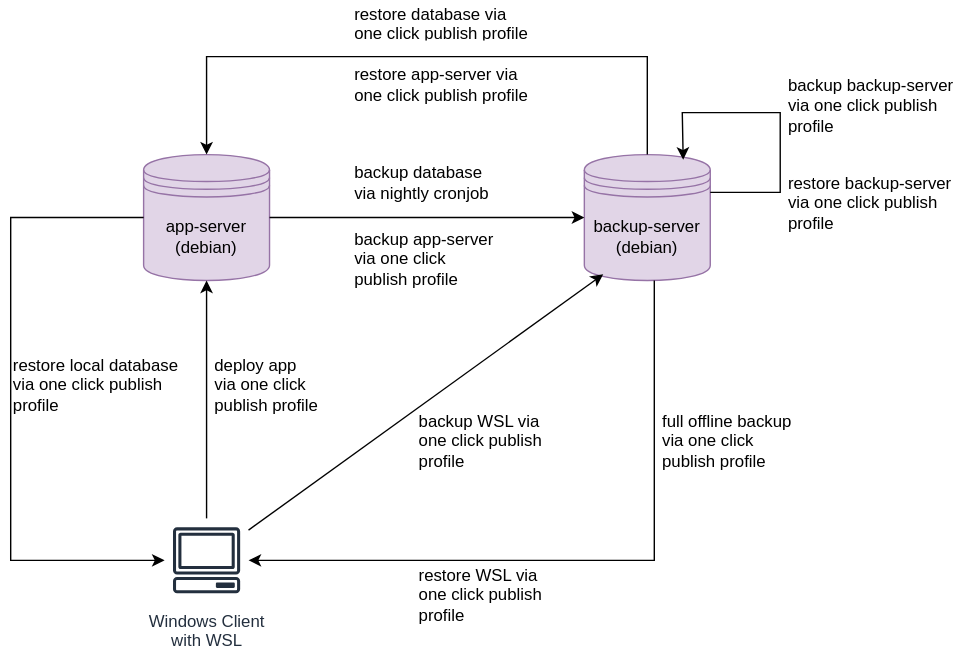
gartenkralle/geolocation-services-doc keeps this draw.io diagram as _images/architecture-server-setup.drawio.svg. Above is the earlier version. Source tidied: cells renumbered, new cells last; positions are measured from the earlier drawing's top-left corner, leaving out a move shared by most shapes.
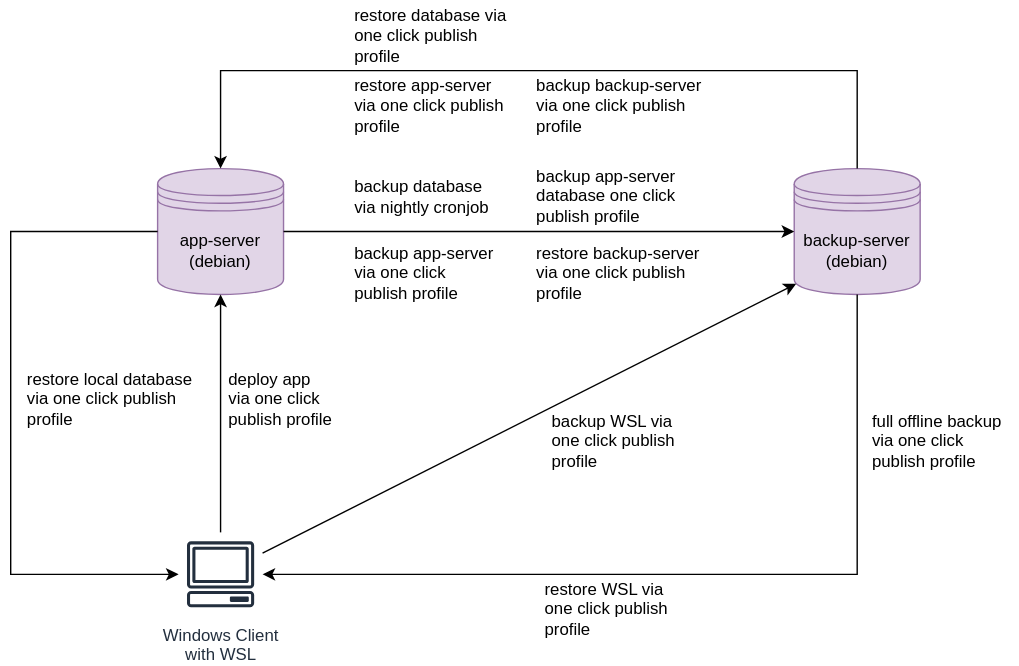
The same file after the commit.

Diff of the diagram source:
```diff
@@ -6,7 +6,7 @@
       <mxGeometry x="95" y="110" width="90" height="90" as="geometry" />
     </mxCell>
     <mxCell id="3" value="backup-server (debian)" style="shape=datastore;whiteSpace=wrap;html=1;labelBackgroundColor=none;fillColor=#e1d5e7;strokeColor=#9673a6;" parent="1" vertex="1">
-      <mxGeometry x="410" y="110" width="90" height="90" as="geometry" />
+      <mxGeometry x="550" y="110" width="90" height="90" as="geometry" />
     </mxCell>
     <mxCell id="4" value="Windows Client&lt;div&gt;with&lt;span style=&quot;background-color: initial;&quot;&gt;&amp;nbsp;WSL&lt;/span&gt;&lt;/div&gt;" style="sketch=0;outlineConnect=0;fontColor=#232F3E;gradientColor=none;strokeColor=#232F3E;fillColor=#ffffff;dashed=0;verticalLabelPosition=bottom;verticalAlign=top;align=center;html=1;fontSize=12;fontStyle=0;shape=mxgraph.aws4.resourceIcon;resIcon=mxgraph.aws4.client;" parent="1" vertex="1">
       <mxGeometry x="110" y="370" width="60" height="60" as="geometry" />
@@ -17,14 +17,13 @@
     <mxCell id="6" style="endArrow=classic;html=1;rounded=0;exitX=1;exitY=0.5;exitDx=0;exitDy=0;entryX=0;entryY=0.5;entryDx=0;entryDy=0;" parent="1" edge="1" source="2" target="3">
       <mxGeometry relative="1" as="geometry" />
     </mxCell>
-    <mxCell id="7" style="endArrow=classic;html=1;rounded=0;entryX=0.15;entryY=0.95;entryDx=0;entryDy=0;entryPerimeter=0;" parent="1" edge="1" source="4" target="3">
+    <mxCell id="7" style="endArrow=classic;html=1;rounded=0;entryX=0.015;entryY=0.915;entryDx=0;entryDy=0;entryPerimeter=0;" parent="1" edge="1" source="4" target="3">
       <mxGeometry relative="1" as="geometry" />
     </mxCell>
-    <mxCell id="8" style="endArrow=classic;html=1;rounded=0;" parent="1" edge="1" target="4">
+    <mxCell id="8" style="endArrow=classic;html=1;rounded=0;exitX=0.5;exitY=1;exitDx=0;exitDy=0;" parent="1" edge="1" source="3" target="4">
       <mxGeometry relative="1" as="geometry">
-        <mxPoint x="460" y="200" as="sourcePoint" />
         <Array as="points">
-          <mxPoint x="460" y="400" />
+          <mxPoint x="595" y="400" />
         </Array>
       </mxGeometry>
     </mxCell>
@@ -32,13 +31,13 @@
       <mxGeometry x="140" y="240" width="90" height="70" as="geometry" />
     </mxCell>
     <mxCell id="10" value="backup database via nightly cronjob" style="text;strokeColor=none;fillColor=none;align=left;verticalAlign=middle;spacingLeft=4;spacingRight=4;overflow=hidden;whiteSpace=wrap;html=1;" parent="1" vertex="1">
-      <mxGeometry x="240" y="110" width="110" height="40" as="geometry" />
+      <mxGeometry x="230" y="110" width="110" height="40" as="geometry" />
     </mxCell>
     <mxCell id="11" value="restore WSL via one click publish profile" style="text;html=1;align=left;verticalAlign=middle;whiteSpace=wrap;rounded=0;" parent="1" vertex="1">
-      <mxGeometry x="290" y="410" width="110" height="30" as="geometry" />
+      <mxGeometry x="370" y="410" width="110" height="30" as="geometry" />
     </mxCell>
     <mxCell id="12" value="backup WSL via one click publish profile" style="text;html=1;align=left;verticalAlign=middle;whiteSpace=wrap;rounded=0;" parent="1" vertex="1">
-      <mxGeometry x="290" y="300" width="110" height="30" as="geometry" />
+      <mxGeometry x="375" y="290" width="110" height="30" as="geometry" />
     </mxCell>
     <mxCell id="13" value="restore local database via one click publish profile" style="text;html=1;align=left;verticalAlign=middle;whiteSpace=wrap;rounded=0;" parent="1" vertex="1">
       <mxGeometry y="260" width="130" height="30" as="geometry" />
@@ -46,46 +45,40 @@
     <mxCell id="14" style="endArrow=classic;html=1;rounded=0;entryX=0.5;entryY=0;entryDx=0;entryDy=0;exitX=0.5;exitY=0;exitDx=0;exitDy=0;" parent="1" edge="1" source="3" target="2">
       <mxGeometry relative="1" as="geometry">
         <Array as="points">
+          <mxPoint x="595" y="40" />
           <mxPoint x="455" y="40" />
           <mxPoint x="140" y="40" />
         </Array>
       </mxGeometry>
     </mxCell>
     <mxCell id="15" value="restore app-server via one click publish profile" style="text;strokeColor=none;fillColor=none;align=left;verticalAlign=middle;spacingLeft=4;spacingRight=4;overflow=hidden;whiteSpace=wrap;html=1;" parent="1" vertex="1">
-      <mxGeometry x="240" y="40" width="140" height="40" as="geometry" />
+      <mxGeometry x="230" y="40" width="120" height="50" as="geometry" />
     </mxCell>
-    <mxCell id="16" style="endArrow=classic;html=1;rounded=0;entryX=0.785;entryY=0.041;entryDx=0;entryDy=0;entryPerimeter=0;exitX=1;exitY=0.3;exitDx=0;exitDy=0;" parent="1" edge="1" source="3" target="3">
-      <mxGeometry relative="1" as="geometry">
-        <Array as="points">
-          <mxPoint x="550" y="137" />
-          <mxPoint x="550" y="110" />
-          <mxPoint x="550" y="80" />
-          <mxPoint x="480" y="80" />
-        </Array>
-      </mxGeometry>
-    </mxCell>
     <mxCell id="17" value="backup backup-server&amp;nbsp;&lt;div&gt;&lt;span style=&quot;background-color: initial;&quot;&gt;via one click publish profile&lt;/span&gt;&lt;/div&gt;" style="text;strokeColor=none;fillColor=none;align=left;verticalAlign=middle;spacingLeft=4;spacingRight=4;overflow=hidden;whiteSpace=wrap;html=1;" parent="1" vertex="1">
-      <mxGeometry x="550" y="50" width="140" height="50" as="geometry" />
+      <mxGeometry x="360" y="40" width="140" height="50" as="geometry" />
     </mxCell>
     <mxCell id="18" style="endArrow=classic;html=1;rounded=0;exitX=0;exitY=0.5;exitDx=0;exitDy=0;" parent="1" edge="1" source="2" target="4">
       <mxGeometry relative="1" as="geometry">
         <Array as="points">
-          <mxPoint y="155" />
-          <mxPoint y="400" />
+          <mxPoint x="-10" y="155" />
+          <mxPoint x="-10" y="400" />
         </Array>
       </mxGeometry>
     </mxCell>
     <mxCell id="19" value="backup app-server via one click publish profile" style="text;strokeColor=none;fillColor=none;align=left;verticalAlign=middle;spacingLeft=4;spacingRight=4;overflow=hidden;whiteSpace=wrap;html=1;" parent="1" vertex="1">
-      <mxGeometry x="240" y="160" width="110" height="50" as="geometry" />
+      <mxGeometry x="230" y="160" width="110" height="50" as="geometry" />
     </mxCell>
     <mxCell id="20" value="restore database via one click publish profile" style="text;strokeColor=none;fillColor=none;align=left;verticalAlign=middle;spacingLeft=4;spacingRight=4;overflow=hidden;whiteSpace=wrap;html=1;" parent="1" vertex="1">
-      <mxGeometry x="240" width="140" height="30" as="geometry" />
+      <mxGeometry x="230" y="-10" width="130" height="50" as="geometry" />
     </mxCell>
     <mxCell id="21" value="restore backup-server&amp;nbsp;&lt;div&gt;&lt;span style=&quot;background-color: initial;&quot;&gt;via one click publish profile&lt;/span&gt;&lt;/div&gt;" style="text;strokeColor=none;fillColor=none;align=left;verticalAlign=middle;spacingLeft=4;spacingRight=4;overflow=hidden;whiteSpace=wrap;html=1;" parent="1" vertex="1">
-      <mxGeometry x="550" y="120" width="140" height="50" as="geometry" />
+      <mxGeometry x="360" y="160" width="140" height="50" as="geometry" />
     </mxCell>
     <mxCell id="22" value="full offline backup via one click publish profile" style="text;strokeColor=none;fillColor=none;align=left;verticalAlign=middle;spacingLeft=4;spacingRight=4;overflow=hidden;whiteSpace=wrap;html=1;" parent="1" vertex="1">
-      <mxGeometry x="460" y="285" width="110" height="60" as="geometry" />
+      <mxGeometry x="600" y="275" width="110" height="60" as="geometry" />
     </mxCell>
+    <mxCell id="23" value="backup app-server database one click publish profile" style="text;strokeColor=none;fillColor=none;align=left;verticalAlign=middle;spacingLeft=4;spacingRight=4;overflow=hidden;whiteSpace=wrap;html=1;" parent="1" vertex="1">
+      <mxGeometry x="360" y="105" width="110" height="50" as="geometry" />
+    </mxCell>
   </root>
 </mxGraphModel>
```
